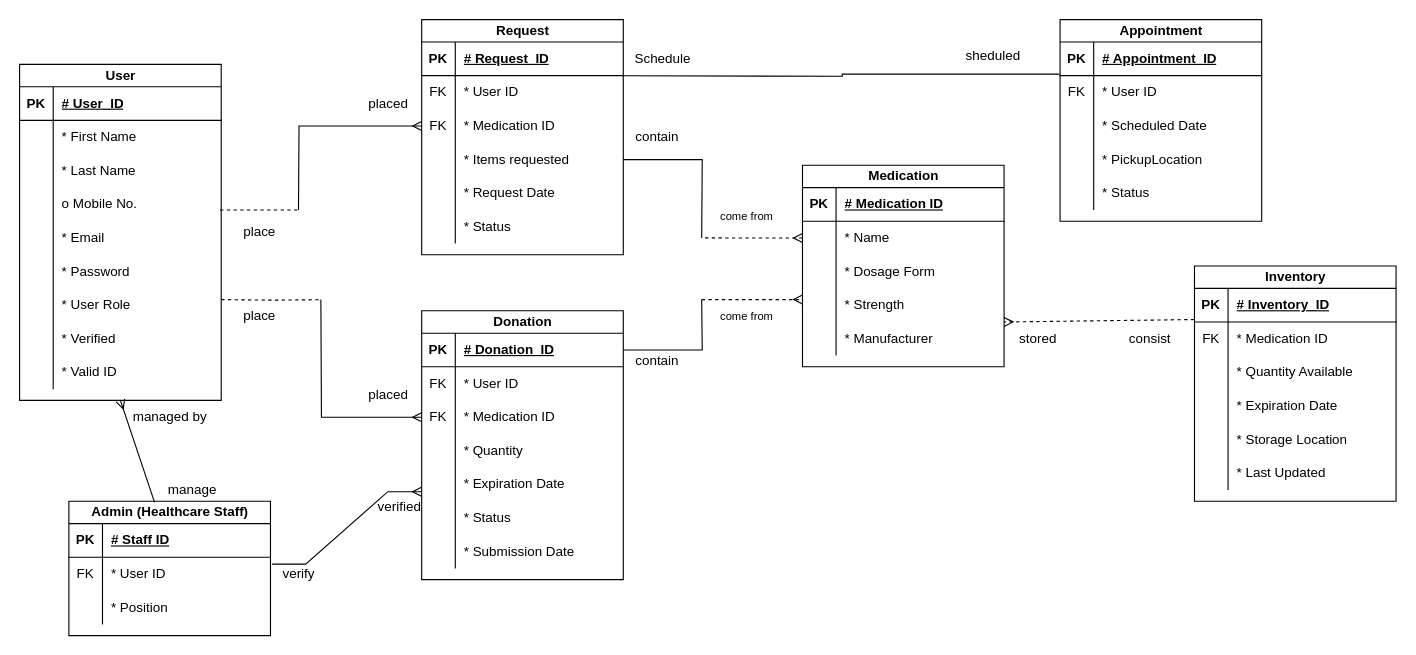
Earlier version of the draw.io diagram Untitled Diagram.drawio (lucifron28/Information-Management). Source tidied: cells renumbered, new cells numbered last; positions are measured from the earlier drawing's top-left corner, leaving out a move shared by most shapes. Both pictures are drawn from the tidied source at 112%, with x=0, y=0 at pixel (19, 19).
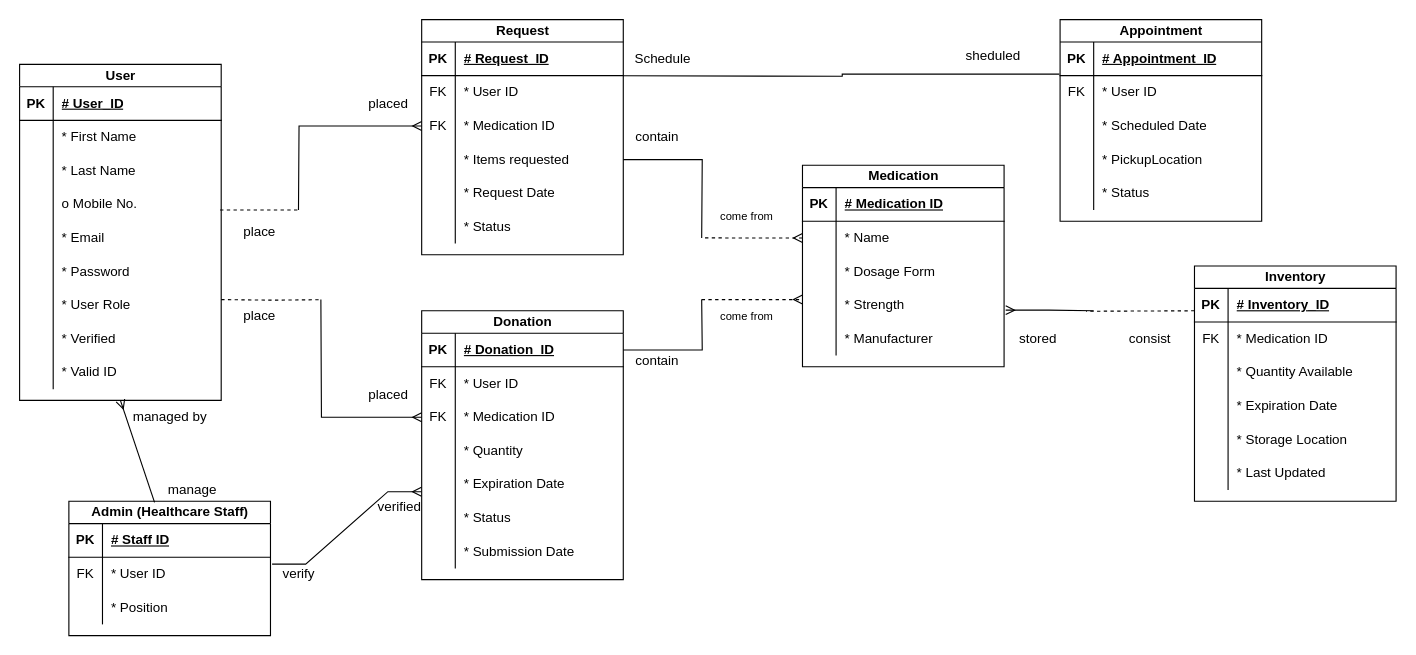
Above is the later version.

The change refers to these unchanged cells:
```xml
<mxCell id="40" style="shape=tableRow;horizontal=0;startSize=0;swimlaneHead=0;swimlaneBody=0;fillColor=none;points=[[0,0.5],[1,0.5]];portConstraint=eastwest;top=0;left=0;right=0;bottom=0;" parent="30" vertex="1">
  <mxGeometry y="110" width="180" height="30" as="geometry" />
</mxCell>
<mxCell id="72" style="shape=tableRow;horizontal=0;startSize=0;swimlaneHead=0;swimlaneBody=0;fillColor=none;points=[[0,0.5],[1,0.5]];portConstraint=eastwest;top=0;left=0;right=0;bottom=0;" parent="68" vertex="1">
  <mxGeometry y="50" width="180" height="30" as="geometry" />
</mxCell>
```

The edit, as a diff of the source:
```diff
@@
-    <mxCell id="160" style="endArrow=ERmany;dashed=1;html=1;rounded=0;exitX=-0.001;exitY=-0.073;exitDx=0;exitDy=0;exitPerimeter=0;endFill=0;" parent="1" edge="1" source="72">
+    <mxCell id="160" style="endArrow=none;dashed=1;html=1;rounded=0;exitX=-0.018;exitY=0.685;exitDx=0;exitDy=0;exitPerimeter=0;endFill=0;startFill=0;" parent="1" edge="1">
       <mxGeometry relative="1" as="geometry">
-        <mxPoint x="879" y="270" as="targetPoint" />
+        <mxPoint x="1049" y="260" as="sourcePoint" />
+        <mxPoint x="952.2" y="260.4" as="targetPoint" />
       </mxGeometry>
     </mxCell>
+    <mxCell id="161" style="edgeStyle=orthogonalEdgeStyle;rounded=0;jettySize=auto;html=1;endArrow=none;startFill=0;startArrow=ERmany;exitX=1.008;exitY=0.647;exitDx=0;exitDy=0;exitPerimeter=0;" parent="1" edge="1" source="40">
+      <mxGeometry relative="1" as="geometry">
+        <mxPoint x="959" y="260" as="targetPoint" />
+        <Array as="points">
+          <mxPoint x="919" y="259" />
+        </Array>
+      </mxGeometry>
+    </mxCell>
```
